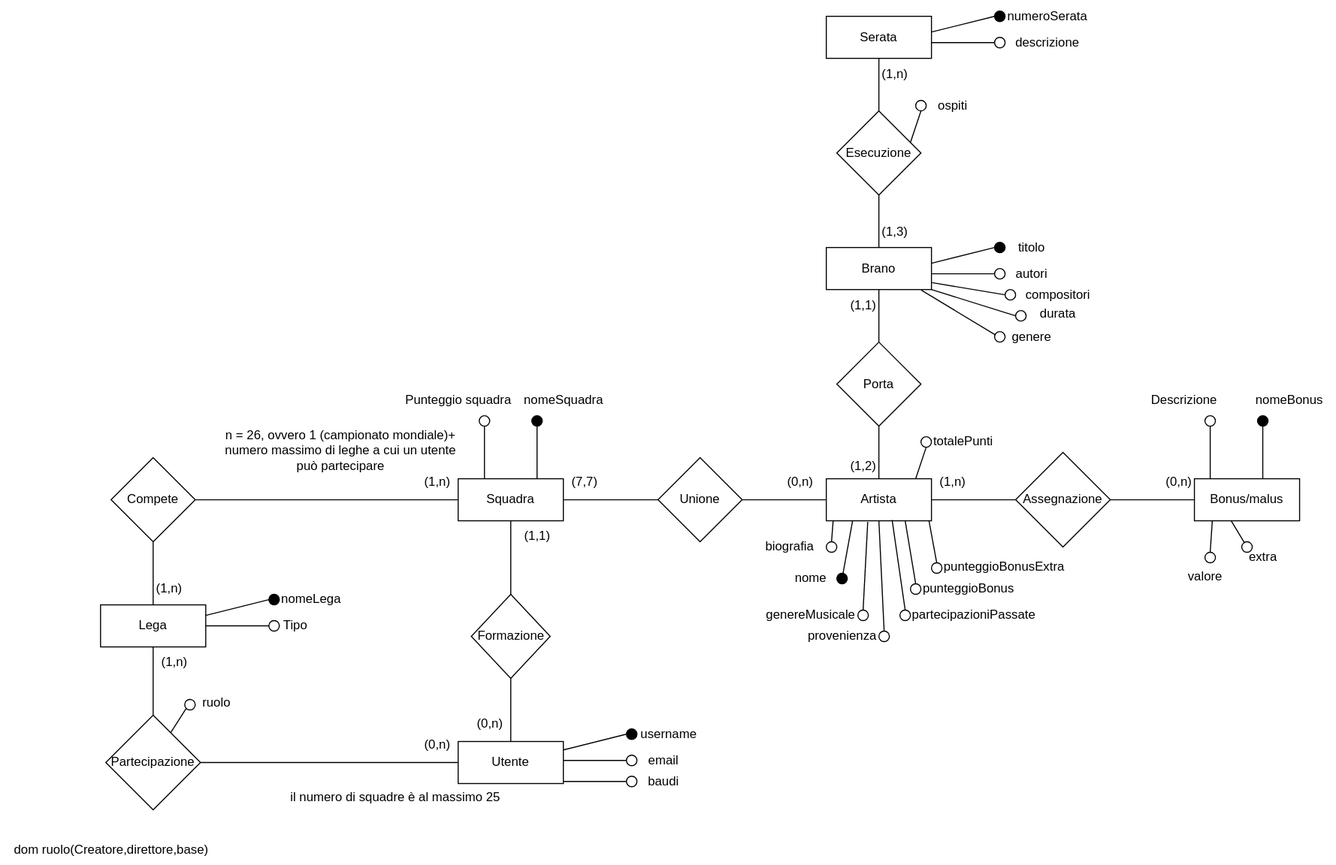
This is PrimoERBaseBasatoStorato.drawio.svg from Gabriele-traversa/basati_datati_storati, a draw.io export, as it was before one commit. Source tidied: cells renumbered, new cells last; positions are measured from the earlier drawing's top-left corner, leaving out a move shared by most shapes.
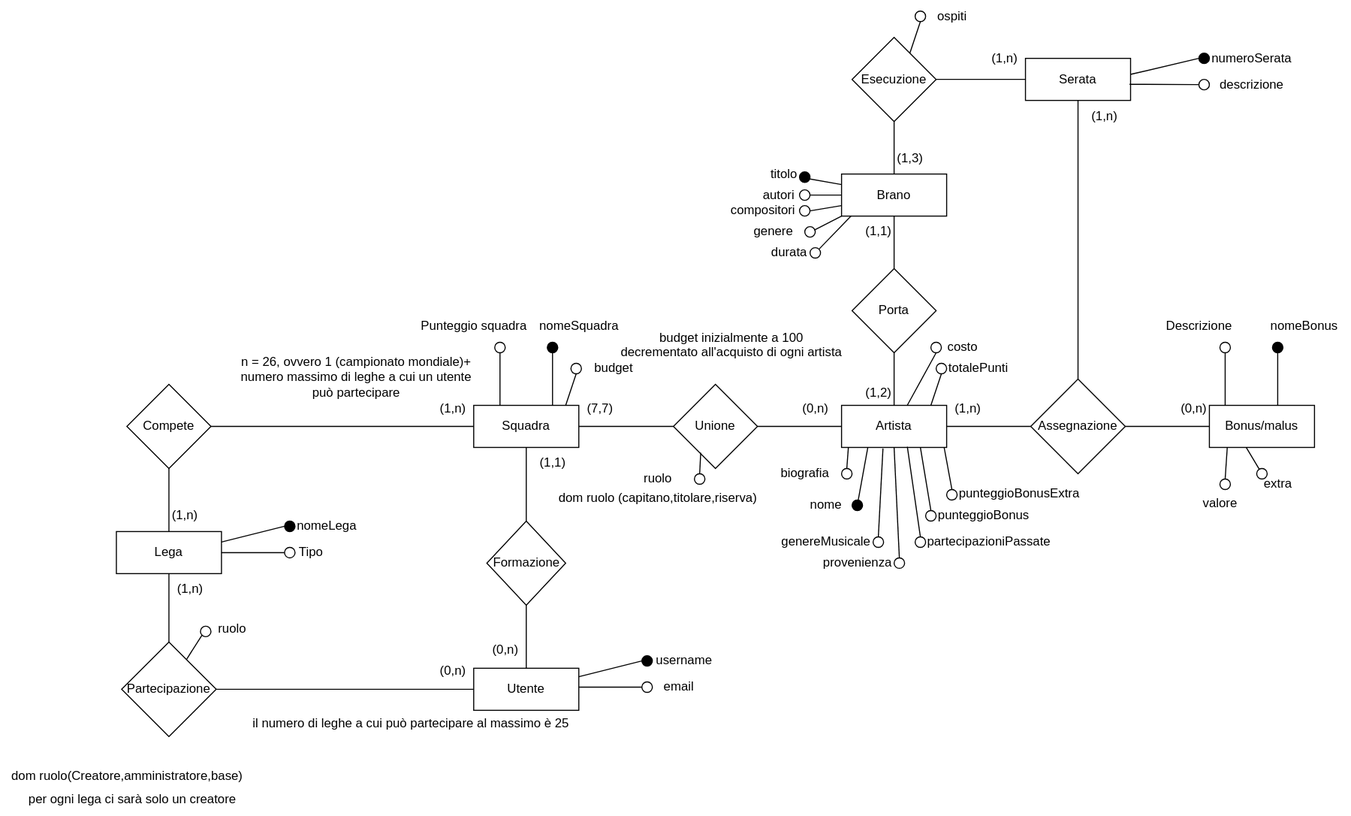
The same diagram one commit later.

Change to the diagram source:
```diff
@@ -9,7 +9,7 @@
       <mxGeometry x="1135" y="455" width="100" height="40" as="geometry" />
     </mxCell>
     <mxCell id="4" value="Serata" style="whiteSpace=wrap;html=1;align=center;" parent="1" vertex="1">
-      <mxGeometry x="785" y="15" width="100" height="40" as="geometry" />
+      <mxGeometry x="960" y="125" width="100" height="40" as="geometry" />
     </mxCell>
     <mxCell id="5" value="Lega" style="whiteSpace=wrap;html=1;align=center;" parent="1" vertex="1">
       <mxGeometry x="95" y="575" width="100" height="40" as="geometry" />
@@ -68,6 +68,9 @@
     <mxCell id="23" style="edgeStyle=none;html=1;exitX=1;exitY=0.5;exitDx=0;exitDy=0;entryX=0;entryY=0.5;entryDx=0;entryDy=0;endArrow=none;endFill=0;" parent="1" edge="1" source="24" target="3">
       <mxGeometry relative="1" as="geometry" />
     </mxCell>
+    <mxCell id="131" style="edgeStyle=none;html=1;exitX=0.5;exitY=0;exitDx=0;exitDy=0;entryX=0.5;entryY=1;entryDx=0;entryDy=0;endArrow=none;endFill=0;" parent="1" edge="1" source="24" target="4">
+      <mxGeometry relative="1" as="geometry" />
+    </mxCell>
     <mxCell id="24" value="Assegnazione" style="rhombus;whiteSpace=wrap;html=1;" parent="1" vertex="1">
       <mxGeometry x="965" y="430" width="90" height="90" as="geometry" />
     </mxCell>
@@ -83,7 +86,7 @@
     <mxCell id="28" style="edgeStyle=none;html=1;exitX=0.5;exitY=1;exitDx=0;exitDy=0;endArrow=none;endFill=0;" parent="1" edge="1" source="30" target="2">
       <mxGeometry relative="1" as="geometry" />
     </mxCell>
-    <mxCell id="29" style="edgeStyle=none;html=1;exitX=0.5;exitY=0;exitDx=0;exitDy=0;entryX=0.5;entryY=1;entryDx=0;entryDy=0;endArrow=none;endFill=0;" parent="1" edge="1" source="30" target="4">
+    <mxCell id="29" style="edgeStyle=none;html=1;exitX=1;exitY=0.5;exitDx=0;exitDy=0;entryX=0;entryY=0.5;entryDx=0;entryDy=0;endArrow=none;endFill=0;" parent="1" edge="1" source="30" target="4">
       <mxGeometry relative="1" as="geometry" />
     </mxCell>
     <mxCell id="30" value="Esecuzione" style="rhombus;whiteSpace=wrap;html=1;" parent="1" vertex="1">
@@ -119,8 +122,8 @@
     <mxCell id="40" value="ruolo" style="text;html=1;align=center;verticalAlign=middle;strokeColor=none;fillColor=none;" parent="1" vertex="1">
       <mxGeometry x="180" y="653" width="50" height="30" as="geometry" />
     </mxCell>
-    <mxCell id="41" value="dom ruolo(Creatore,direttore,base)" style="text;html=1;align=center;verticalAlign=middle;strokeColor=none;fillColor=none;" parent="1" vertex="1">
-      <mxGeometry y="793" width="210" height="30" as="geometry" />
+    <mxCell id="41" value="dom ruolo(Creatore,amministratore,base)" style="text;html=1;align=center;verticalAlign=middle;strokeColor=none;fillColor=none;" parent="1" vertex="1">
+      <mxGeometry x="-15" y="793" width="240" height="30" as="geometry" />
     </mxCell>
     <mxCell id="42" style="edgeStyle=none;html=1;exitX=1;exitY=0.5;exitDx=0;exitDy=0;entryX=0;entryY=0.5;entryDx=0;entryDy=0;endArrow=none;endFill=0;strokeColor=default;" parent="1" edge="1" target="45">
       <mxGeometry relative="1" as="geometry">
@@ -278,98 +281,34 @@
     <mxCell id="87" value="email" style="text;html=1;align=center;verticalAlign=middle;strokeColor=none;fillColor=none;" parent="1" vertex="1">
       <mxGeometry x="605" y="708" width="50" height="30" as="geometry" />
     </mxCell>
-    <mxCell id="88" style="edgeStyle=none;html=1;exitX=1;exitY=0.5;exitDx=0;exitDy=0;entryX=0;entryY=0.5;entryDx=0;entryDy=0;endArrow=none;endFill=0;strokeColor=default;" parent="1" edge="1" target="89">
-      <mxGeometry relative="1" as="geometry">
-        <mxPoint x="535" y="743" as="sourcePoint" />
-      </mxGeometry>
-    </mxCell>
-    <mxCell id="89" style="ellipse;whiteSpace=wrap;html=1;fillColor=none;" parent="1" vertex="1">
-      <mxGeometry x="595" y="738" width="10" height="10" as="geometry" />
-    </mxCell>
-    <mxCell id="90" value="baudi" style="text;html=1;align=center;verticalAlign=middle;strokeColor=none;fillColor=none;" parent="1" vertex="1">
-      <mxGeometry x="605" y="728" width="50" height="30" as="geometry" />
-    </mxCell>
-    <mxCell id="91" style="edgeStyle=none;html=1;exitX=1;exitY=0.5;exitDx=0;exitDy=0;entryX=0;entryY=0.5;entryDx=0;entryDy=0;endArrow=none;endFill=0;strokeColor=default;" parent="1" edge="1" target="94">
-      <mxGeometry relative="1" as="geometry">
-        <mxPoint x="885" y="40" as="sourcePoint" />
-      </mxGeometry>
+    <mxCell id="91" style="edgeStyle=none;html=1;entryX=0;entryY=0.5;entryDx=0;entryDy=0;endArrow=none;endFill=0;strokeColor=default;exitX=0.99;exitY=0.617;exitDx=0;exitDy=0;exitPerimeter=0;" parent="1" edge="1" source="4" target="94">
+      <mxGeometry relative="1" as="geometry" />
     </mxCell>
     <mxCell id="92" style="ellipse;whiteSpace=wrap;html=1;fillColor=#000000;" parent="1" vertex="1">
-      <mxGeometry x="945" y="10" width="10" height="10" as="geometry" />
+      <mxGeometry x="1125" y="120" width="10" height="10" as="geometry" />
     </mxCell>
-    <mxCell id="93" style="edgeStyle=none;html=1;exitX=1;exitY=0.25;exitDx=0;exitDy=0;entryX=0;entryY=0.5;entryDx=0;entryDy=0;endArrow=none;endFill=0;" parent="1" edge="1" target="92">
-      <mxGeometry relative="1" as="geometry">
-        <mxPoint x="885" y="30" as="sourcePoint" />
-      </mxGeometry>
+    <mxCell id="93" style="edgeStyle=none;html=1;exitX=0.999;exitY=0.382;exitDx=0;exitDy=0;entryX=0;entryY=0.5;entryDx=0;entryDy=0;endArrow=none;endFill=0;exitPerimeter=0;" parent="1" edge="1" source="4" target="92">
+      <mxGeometry relative="1" as="geometry" />
     </mxCell>
     <mxCell id="94" style="ellipse;whiteSpace=wrap;html=1;fillColor=none;" parent="1" vertex="1">
-      <mxGeometry x="945" y="35" width="10" height="10" as="geometry" />
+      <mxGeometry x="1125" y="145" width="10" height="10" as="geometry" />
     </mxCell>
     <mxCell id="95" value="numeroSerata" style="text;html=1;align=center;verticalAlign=middle;strokeColor=none;fillColor=none;" parent="1" vertex="1">
-      <mxGeometry x="945" width="100" height="30" as="geometry" />
+      <mxGeometry x="1125" y="110" width="100" height="30" as="geometry" />
     </mxCell>
     <mxCell id="96" value="descrizione" style="text;html=1;align=center;verticalAlign=middle;strokeColor=none;fillColor=none;" parent="1" vertex="1">
-      <mxGeometry x="955" y="25" width="80" height="30" as="geometry" />
+      <mxGeometry x="1135" y="135" width="80" height="30" as="geometry" />
     </mxCell>
-    <mxCell id="97" style="edgeStyle=none;html=1;exitX=1;exitY=0.5;exitDx=0;exitDy=0;entryX=0;entryY=0.5;entryDx=0;entryDy=0;endArrow=none;endFill=0;strokeColor=default;" parent="1" edge="1" target="100">
-      <mxGeometry relative="1" as="geometry">
-        <mxPoint x="885" y="260" as="sourcePoint" />
-      </mxGeometry>
-    </mxCell>
-    <mxCell id="98" style="ellipse;whiteSpace=wrap;html=1;fillColor=#000000;" parent="1" vertex="1">
-      <mxGeometry x="945" y="230" width="10" height="10" as="geometry" />
-    </mxCell>
-    <mxCell id="99" style="edgeStyle=none;html=1;exitX=1;exitY=0.25;exitDx=0;exitDy=0;entryX=0;entryY=0.5;entryDx=0;entryDy=0;endArrow=none;endFill=0;" parent="1" edge="1" target="98">
-      <mxGeometry relative="1" as="geometry">
-        <mxPoint x="885" y="250" as="sourcePoint" />
-      </mxGeometry>
-    </mxCell>
-    <mxCell id="100" style="ellipse;whiteSpace=wrap;html=1;fillColor=none;" parent="1" vertex="1">
-      <mxGeometry x="945" y="255" width="10" height="10" as="geometry" />
-    </mxCell>
-    <mxCell id="101" value="titolo" style="text;html=1;align=center;verticalAlign=middle;strokeColor=none;fillColor=none;" parent="1" vertex="1">
-      <mxGeometry x="955" y="220" width="50" height="30" as="geometry" />
-    </mxCell>
-    <mxCell id="102" value="autori" style="text;html=1;align=center;verticalAlign=middle;strokeColor=none;fillColor=none;" parent="1" vertex="1">
-      <mxGeometry x="955" y="245" width="50" height="30" as="geometry" />
-    </mxCell>
-    <mxCell id="103" style="edgeStyle=none;html=1;exitX=1.005;exitY=0.835;exitDx=0;exitDy=0;entryX=0;entryY=0.5;entryDx=0;entryDy=0;endArrow=none;endFill=0;strokeColor=default;exitPerimeter=0;" parent="1" edge="1" source="2" target="104">
-      <mxGeometry relative="1" as="geometry" />
-    </mxCell>
-    <mxCell id="104" style="ellipse;whiteSpace=wrap;html=1;fillColor=none;" parent="1" vertex="1">
-      <mxGeometry x="955" y="275" width="10" height="10" as="geometry" />
-    </mxCell>
-    <mxCell id="105" style="edgeStyle=none;html=1;exitX=1;exitY=1;exitDx=0;exitDy=0;entryX=0;entryY=0.5;entryDx=0;entryDy=0;endArrow=none;endFill=0;strokeColor=default;" parent="1" edge="1" source="2" target="106">
-      <mxGeometry relative="1" as="geometry" />
-    </mxCell>
-    <mxCell id="106" style="ellipse;whiteSpace=wrap;html=1;fillColor=none;" parent="1" vertex="1">
-      <mxGeometry x="965" y="295" width="10" height="10" as="geometry" />
-    </mxCell>
-    <mxCell id="107" style="edgeStyle=none;html=1;exitX=0.903;exitY=1.015;exitDx=0;exitDy=0;entryX=0.06;entryY=0.3;entryDx=0;entryDy=0;endArrow=none;endFill=0;strokeColor=default;exitPerimeter=0;entryPerimeter=0;" parent="1" edge="1" source="2" target="108">
-      <mxGeometry relative="1" as="geometry" />
-    </mxCell>
-    <mxCell id="108" style="ellipse;whiteSpace=wrap;html=1;fillColor=none;" parent="1" vertex="1">
-      <mxGeometry x="945" y="315" width="10" height="10" as="geometry" />
-    </mxCell>
-    <mxCell id="109" value="compositori" style="text;html=1;align=center;verticalAlign=middle;strokeColor=none;fillColor=none;" parent="1" vertex="1">
-      <mxGeometry x="965" y="265" width="80" height="30" as="geometry" />
-    </mxCell>
-    <mxCell id="110" value="durata" style="text;html=1;align=center;verticalAlign=middle;strokeColor=none;fillColor=none;" parent="1" vertex="1">
-      <mxGeometry x="975" y="283" width="60" height="30" as="geometry" />
-    </mxCell>
-    <mxCell id="111" value="genere" style="text;html=1;align=center;verticalAlign=middle;strokeColor=none;fillColor=none;" parent="1" vertex="1">
-      <mxGeometry x="950" y="305" width="60" height="30" as="geometry" />
-    </mxCell>
     <mxCell id="112" style="edgeStyle=none;html=1;exitX=0.5;exitY=1;exitDx=0;exitDy=0;entryX=0.25;entryY=0;entryDx=0;entryDy=0;endArrow=none;endFill=0;" parent="1" edge="1" source="113">
       <mxGeometry relative="1" as="geometry">
-        <mxPoint x="865" y="135" as="targetPoint" />
+        <mxPoint x="850" y="120" as="targetPoint" />
       </mxGeometry>
     </mxCell>
     <mxCell id="113" style="ellipse;whiteSpace=wrap;html=1;fillColor=none;" parent="1" vertex="1">
-      <mxGeometry x="870" y="95" width="10" height="10" as="geometry" />
+      <mxGeometry x="855" y="80" width="10" height="10" as="geometry" />
     </mxCell>
     <mxCell id="114" value="ospiti" style="text;html=1;align=center;verticalAlign=middle;strokeColor=none;fillColor=none;" parent="1" vertex="1">
-      <mxGeometry x="880" y="85" width="50" height="30" as="geometry" />
+      <mxGeometry x="865" y="70" width="50" height="30" as="geometry" />
     </mxCell>
     <mxCell id="115" value="(0,n)" style="text;html=1;align=center;verticalAlign=middle;strokeColor=none;fillColor=none;" parent="1" vertex="1">
       <mxGeometry x="390" y="693" width="50" height="30" as="geometry" />
@@ -377,8 +316,8 @@
     <mxCell id="116" value="(0,n)" style="text;html=1;align=center;verticalAlign=middle;strokeColor=none;fillColor=none;" parent="1" vertex="1">
       <mxGeometry x="440" y="673" width="50" height="30" as="geometry" />
     </mxCell>
-    <mxCell id="117" value="il numero di squadre è al massimo 25" style="text;html=1;align=center;verticalAlign=middle;strokeColor=none;fillColor=none;" parent="1" vertex="1">
-      <mxGeometry x="265" y="743" width="220" height="30" as="geometry" />
+    <mxCell id="117" value="il numero di leghe a cui può partecipare al massimo è 25" style="text;html=1;align=center;verticalAlign=middle;strokeColor=none;fillColor=none;" parent="1" vertex="1">
+      <mxGeometry x="215" y="743" width="320" height="30" as="geometry" />
     </mxCell>
     <mxCell id="118" value="(1,1)" style="text;html=1;align=center;verticalAlign=middle;strokeColor=none;fillColor=none;" parent="1" vertex="1">
       <mxGeometry x="485" y="495" width="50" height="30" as="geometry" />
@@ -414,10 +353,100 @@
       <mxGeometry x="795" y="275" width="50" height="30" as="geometry" />
     </mxCell>
     <mxCell id="129" value="(1,n)" style="text;html=1;align=center;verticalAlign=middle;strokeColor=none;fillColor=none;" parent="1" vertex="1">
-      <mxGeometry x="825" y="55" width="50" height="30" as="geometry" />
+      <mxGeometry x="915" y="110" width="50" height="30" as="geometry" />
     </mxCell>
     <mxCell id="130" value="(1,3)" style="text;html=1;align=center;verticalAlign=middle;strokeColor=none;fillColor=none;" parent="1" vertex="1">
       <mxGeometry x="825" y="205" width="50" height="30" as="geometry" />
     </mxCell>
+    <mxCell id="132" style="edgeStyle=none;html=1;exitX=0.5;exitY=1;exitDx=0;exitDy=0;entryX=0.25;entryY=0;entryDx=0;entryDy=0;endArrow=none;endFill=0;" parent="1" edge="1" source="133">
+      <mxGeometry relative="1" as="geometry">
+        <mxPoint x="847.5" y="455" as="targetPoint" />
+      </mxGeometry>
+    </mxCell>
+    <mxCell id="133" style="ellipse;whiteSpace=wrap;html=1;fillColor=none;" parent="1" vertex="1">
+      <mxGeometry x="870" y="395" width="10" height="10" as="geometry" />
+    </mxCell>
+    <mxCell id="134" value="costo" style="text;html=1;align=center;verticalAlign=middle;strokeColor=none;fillColor=none;" parent="1" vertex="1">
+      <mxGeometry x="875" y="385" width="50" height="30" as="geometry" />
+    </mxCell>
+    <mxCell id="135" style="edgeStyle=none;html=1;exitX=0.5;exitY=1;exitDx=0;exitDy=0;entryX=0.25;entryY=0;entryDx=0;entryDy=0;endArrow=none;endFill=0;" parent="1" edge="1" source="136">
+      <mxGeometry relative="1" as="geometry">
+        <mxPoint x="522.5" y="455" as="targetPoint" />
+      </mxGeometry>
+    </mxCell>
+    <mxCell id="136" style="ellipse;whiteSpace=wrap;html=1;fillColor=none;" parent="1" vertex="1">
+      <mxGeometry x="527.5" y="415" width="10" height="10" as="geometry" />
+    </mxCell>
+    <mxCell id="137" value="budget" style="text;html=1;align=center;verticalAlign=middle;strokeColor=none;fillColor=none;" parent="1" vertex="1">
+      <mxGeometry x="537.5" y="405" width="60" height="30" as="geometry" />
+    </mxCell>
+    <mxCell id="138" value="budget inizialmente a 100&lt;br&gt;decrementato all'acquisto di ogni artista&lt;div&gt;&lt;br&gt;&lt;/div&gt;" style="text;html=1;align=center;verticalAlign=middle;strokeColor=none;fillColor=none;" parent="1" vertex="1">
+      <mxGeometry x="565" y="375" width="230" height="60" as="geometry" />
+    </mxCell>
+    <mxCell id="139" value="per ogni lega ci sarà solo un creatore" style="text;html=1;align=center;verticalAlign=middle;strokeColor=none;fillColor=none;" parent="1" vertex="1">
+      <mxGeometry y="815" width="220" height="30" as="geometry" />
+    </mxCell>
+    <mxCell id="140" style="edgeStyle=none;html=1;entryX=0.5;entryY=0;entryDx=0;entryDy=0;endArrow=none;endFill=0;strokeColor=default;exitX=0.065;exitY=0.998;exitDx=0;exitDy=0;exitPerimeter=0;" parent="1" edge="1" target="141">
+      <mxGeometry relative="1" as="geometry">
+        <mxPoint x="651" y="500" as="sourcePoint" />
+      </mxGeometry>
+    </mxCell>
+    <mxCell id="141" style="ellipse;whiteSpace=wrap;html=1;fillColor=none;" parent="1" vertex="1">
+      <mxGeometry x="645" y="520" width="10" height="10" as="geometry" />
+    </mxCell>
+    <mxCell id="142" value="ruolo" style="text;html=1;align=center;verticalAlign=middle;strokeColor=none;fillColor=none;" parent="1" vertex="1">
+      <mxGeometry x="585" y="510" width="50" height="30" as="geometry" />
+    </mxCell>
+    <mxCell id="143" value="dom ruolo (capitano,titolare,riserva)&lt;div&gt;&lt;br/&gt;&lt;/div&gt;" style="text;html=1;align=center;verticalAlign=middle;strokeColor=none;fillColor=none;" parent="1" vertex="1">
+      <mxGeometry x="505" y="530" width="210" height="40" as="geometry" />
+    </mxCell>
+    <mxCell id="144" style="edgeStyle=none;html=1;entryX=1;entryY=0.5;entryDx=0;entryDy=0;endArrow=none;endFill=0;strokeColor=default;" parent="1" edge="1" source="2" target="147">
+      <mxGeometry relative="1" as="geometry" />
+    </mxCell>
+    <mxCell id="145" style="ellipse;whiteSpace=wrap;html=1;fillColor=#000000;" parent="1" vertex="1">
+      <mxGeometry x="745" y="233" width="10" height="10" as="geometry" />
+    </mxCell>
+    <mxCell id="146" style="edgeStyle=none;html=1;exitX=0;exitY=0.25;exitDx=0;exitDy=0;entryX=0;entryY=0.5;entryDx=0;entryDy=0;endArrow=none;endFill=0;" parent="1" edge="1" source="2" target="145">
+      <mxGeometry relative="1" as="geometry" />
+    </mxCell>
+    <mxCell id="147" style="ellipse;whiteSpace=wrap;html=1;fillColor=none;" parent="1" vertex="1">
+      <mxGeometry x="745" y="250" width="10" height="10" as="geometry" />
+    </mxCell>
+    <mxCell id="101" value="titolo" style="text;html=1;align=center;verticalAlign=middle;strokeColor=none;fillColor=none;" parent="1" vertex="1">
+      <mxGeometry x="705" y="220" width="50" height="30" as="geometry" />
+    </mxCell>
+    <mxCell id="102" value="autori" style="text;html=1;align=center;verticalAlign=middle;strokeColor=none;fillColor=none;" parent="1" vertex="1">
+      <mxGeometry x="700" y="240" width="50" height="30" as="geometry" />
+    </mxCell>
+    <mxCell id="148" style="edgeStyle=none;html=1;exitX=0;exitY=0.75;exitDx=0;exitDy=0;entryX=1;entryY=0.5;entryDx=0;entryDy=0;endArrow=none;endFill=0;strokeColor=default;" parent="1" edge="1" source="2" target="149">
+      <mxGeometry relative="1" as="geometry" />
+    </mxCell>
+    <mxCell id="149" style="ellipse;whiteSpace=wrap;html=1;fillColor=none;" parent="1" vertex="1">
+      <mxGeometry x="745" y="265" width="10" height="10" as="geometry" />
+    </mxCell>
+    <mxCell id="150" style="edgeStyle=none;html=1;exitX=0;exitY=1;exitDx=0;exitDy=0;entryX=0.921;entryY=0.319;entryDx=0;entryDy=0;endArrow=none;endFill=0;strokeColor=default;entryPerimeter=0;" parent="1" edge="1" source="2" target="151">
+      <mxGeometry relative="1" as="geometry" />
+    </mxCell>
+    <mxCell id="151" style="ellipse;whiteSpace=wrap;html=1;fillColor=none;" parent="1" vertex="1">
+      <mxGeometry x="750" y="285" width="10" height="10" as="geometry" />
+    </mxCell>
+    <mxCell id="152" style="edgeStyle=none;html=1;exitX=0.092;exitY=0.995;exitDx=0;exitDy=0;entryX=1;entryY=0;entryDx=0;entryDy=0;endArrow=none;endFill=0;strokeColor=default;exitPerimeter=0;" parent="1" edge="1" source="2" target="153">
+      <mxGeometry relative="1" as="geometry" />
+    </mxCell>
+    <mxCell id="153" style="ellipse;whiteSpace=wrap;html=1;fillColor=none;" parent="1" vertex="1">
+      <mxGeometry x="755" y="305" width="10" height="10" as="geometry" />
+    </mxCell>
+    <mxCell id="109" value="compositori" style="text;html=1;align=center;verticalAlign=middle;strokeColor=none;fillColor=none;" parent="1" vertex="1">
+      <mxGeometry x="670" y="255" width="80" height="30" as="geometry" />
+    </mxCell>
+    <mxCell id="110" value="durata" style="text;html=1;align=center;verticalAlign=middle;strokeColor=none;fillColor=none;" parent="1" vertex="1">
+      <mxGeometry x="705" y="295" width="60" height="30" as="geometry" />
+    </mxCell>
+    <mxCell id="111" value="genere" style="text;html=1;align=center;verticalAlign=middle;strokeColor=none;fillColor=none;" parent="1" vertex="1">
+      <mxGeometry x="690" y="275" width="60" height="30" as="geometry" />
+    </mxCell>
+    <mxCell id="154" value="(1,n)" style="text;html=1;align=center;verticalAlign=middle;strokeColor=none;fillColor=none;" parent="1" vertex="1">
+      <mxGeometry x="1010" y="165" width="50" height="30" as="geometry" />
+    </mxCell>
   </root>
 </mxGraphModel>
```
